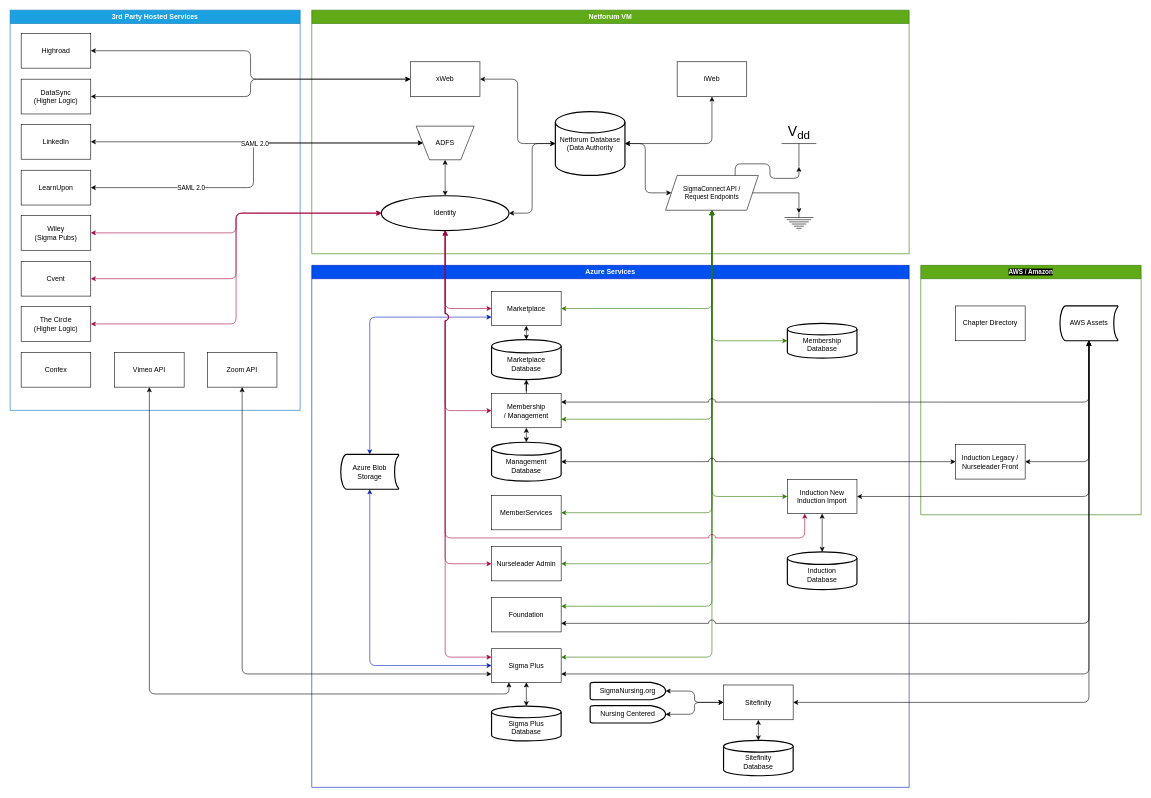
Earlier version of the draw.io diagram Sigma-Site-Reference.drawio (mitcht/draw.io). Source tidied: cells renumbered, new cells numbered last; positions are measured from the earlier drawing's top-left corner, leaving out a move shared by most shapes. Both pictures are drawn from the tidied source at 58%, with x=0, y=0 at pixel (10, 10).
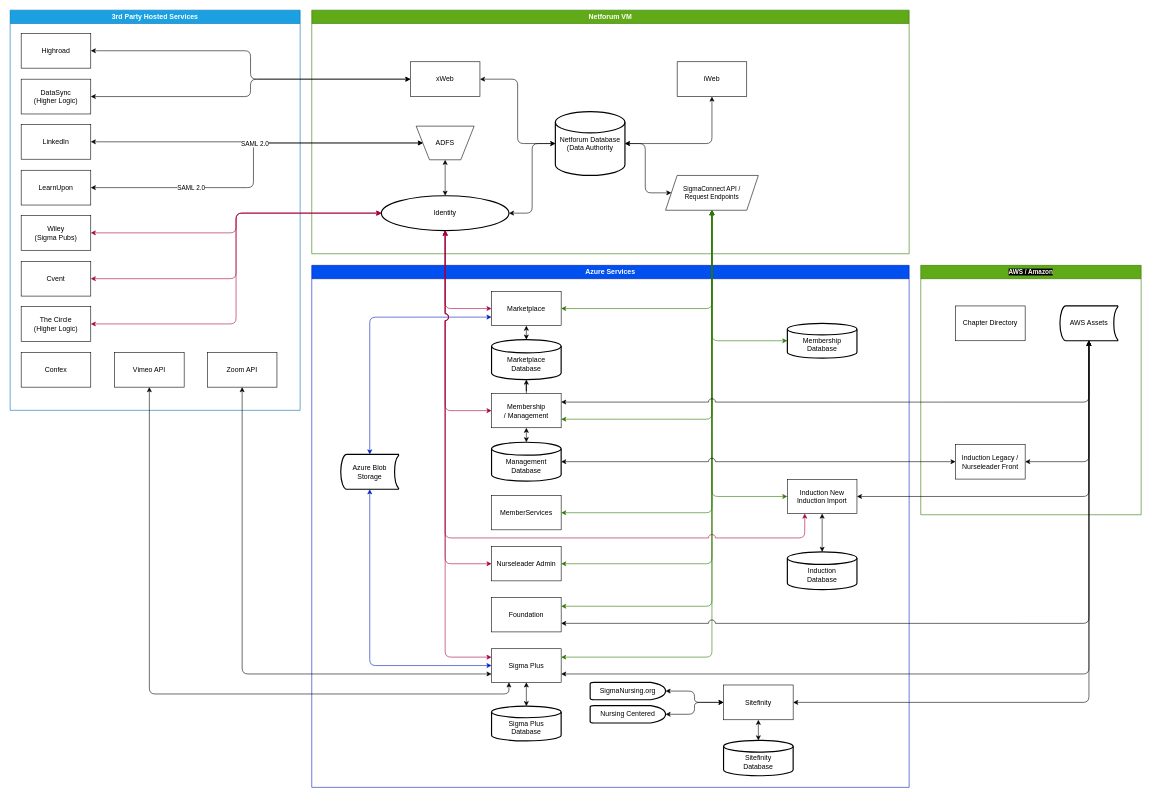
Above is the later version.

The change refers to these unchanged cells:
```xml
<mxCell id="4" value="Netforum VM" style="swimlane;whiteSpace=wrap;html=1;fillColor=#60a917;fontColor=#ffffff;strokeColor=#2D7600;" parent="1" vertex="1">
  <mxGeometry x="520" width="1030" height="420" as="geometry" />
</mxCell>
<mxCell id="11" value="SigmaConnect API /&lt;br&gt;Request Endpoints" style="shape=parallelogram;perimeter=parallelogramPerimeter;whiteSpace=wrap;html=1;fixedSize=1;fontFamily=Helvetica;fontSize=11;fontColor=default;labelBackgroundColor=default;" parent="4" vertex="1">
  <mxGeometry x="610" y="285" width="160" height="60" as="geometry" />
</mxCell>
```

The edit, as a diff of the source:
```diff
@@
-    <mxCell id="16" style="verticalLabelPosition=bottom;shadow=0;dashed=0;align=center;html=1;verticalAlign=top;shape=mxgraph.electrical.signal_sources.protective_earth;" parent="4" vertex="1">
-      <mxGeometry x="815" y="350" width="50" height="30" as="geometry" />
-    </mxCell>
-    <mxCell id="17" style="edgeStyle=orthogonalEdgeStyle;rounded=0;jettySize=auto;html=1;exitX=1;exitY=0.5;exitDx=0;exitDy=0;entryX=0.5;entryY=0;entryDx=0;entryDy=0;entryPerimeter=0;" parent="4" edge="1" source="11" target="16">
-      <mxGeometry relative="1" as="geometry" />
-    </mxCell>
-    <mxCell id="18" style="edgeStyle=orthogonalEdgeStyle;rounded=1;jettySize=auto;html=1;exitX=0.75;exitY=0;exitDx=0;exitDy=0;curved=0;" parent="4" edge="1" source="11" target="19">
-      <mxGeometry relative="1" as="geometry" />
-    </mxCell>
-    <mxCell id="19" value="V&lt;sub&gt;dd&lt;/sub&gt;" style="verticalLabelPosition=top;verticalAlign=bottom;shape=mxgraph.electrical.signal_sources.vdd;shadow=0;dashed=0;align=center;strokeWidth=1;fontSize=24;html=1;flipV=1;" parent="4" vertex="1">
-      <mxGeometry x="810" y="230" width="60" height="40" as="geometry" />
-    </mxCell>
```
